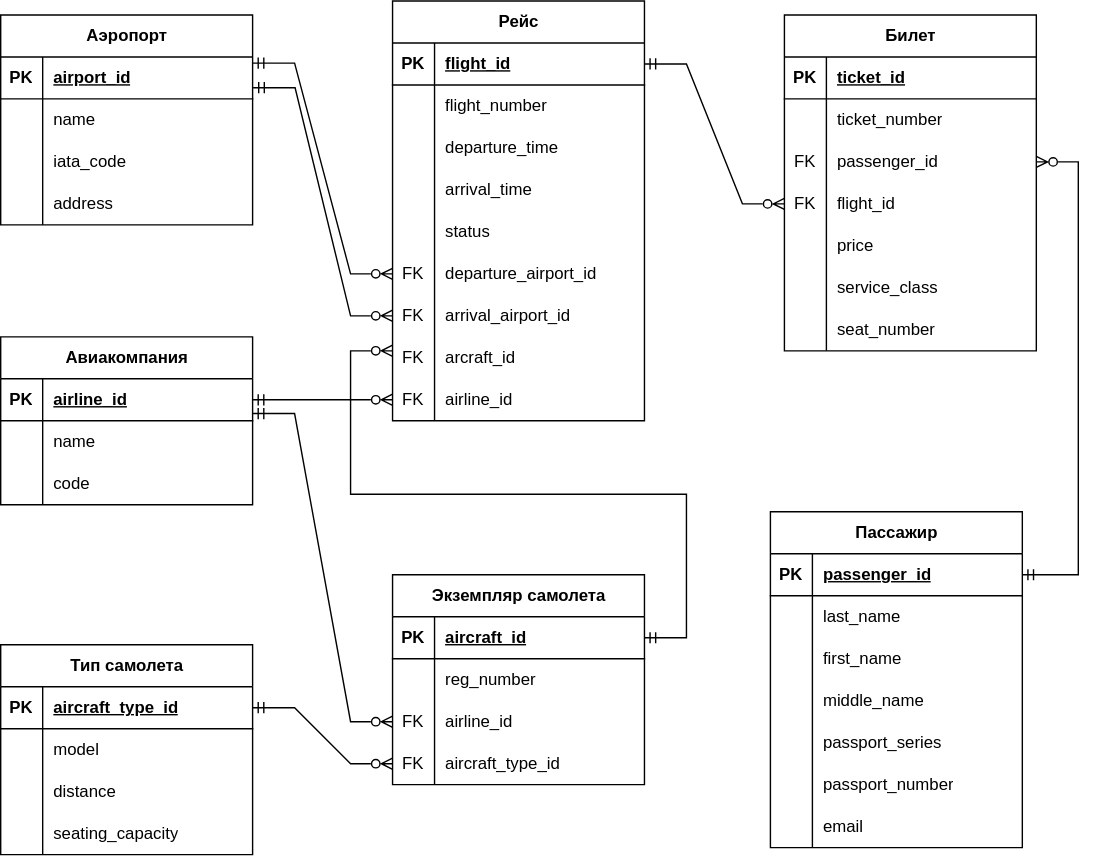
This is Логическая_Мартина.drawio.svg from zhulegoalina/DBMS-labs, a draw.io export, as it was before one commit. Source tidied: cells renumbered, new cells last; positions are measured from the earlier drawing's top-left corner, leaving out a move shared by most shapes.
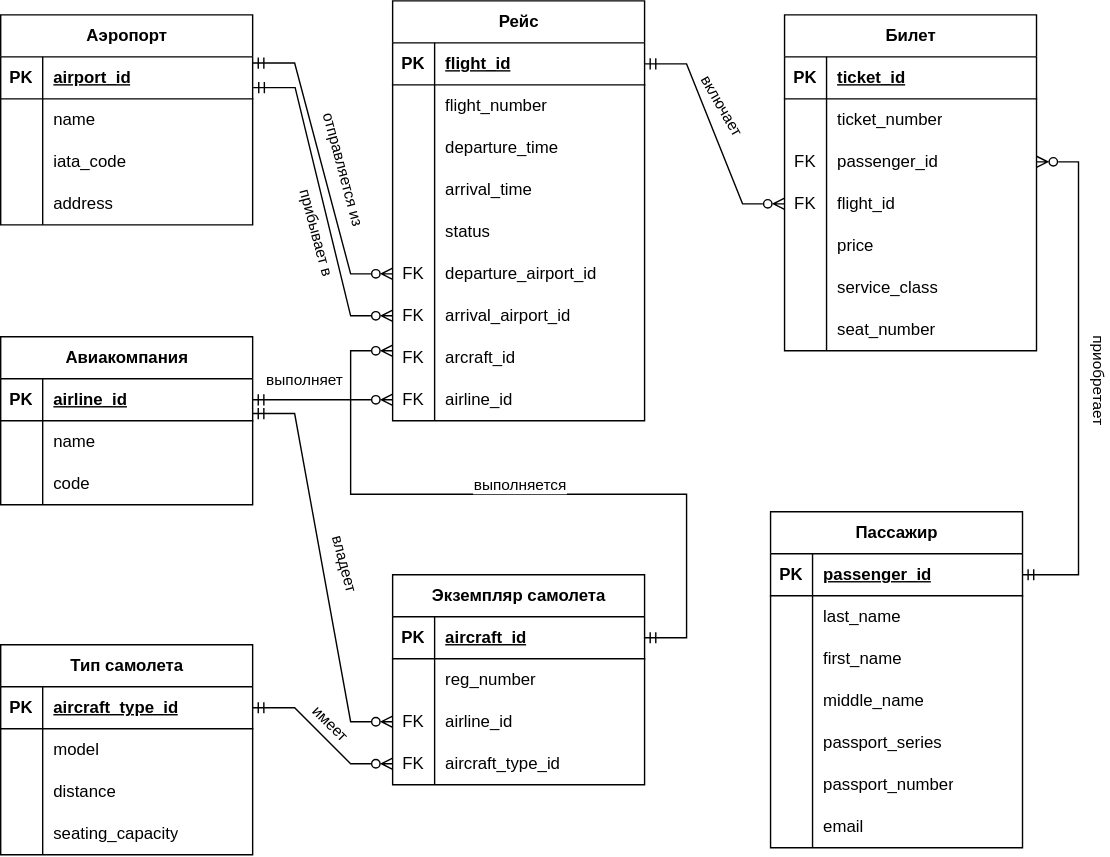
After the commit.

The edit, as a diff of the source:
```diff
@@ -370,30 +370,70 @@
         <mxPoint x="180" y="44.4" as="sourcePoint" />
       </mxGeometry>
     </mxCell>
+    <mxCell id="131" value="отправляется из" style="edgeLabel;html=1;align=center;verticalAlign=middle;rotation=75;" parent="123" vertex="1">
+      <mxGeometry x="-0.07" y="4" relative="1" as="geometry">
+        <mxPoint x="14" y="9" as="offset" />
+      </mxGeometry>
+    </mxCell>
     <mxCell id="124" style="edgeStyle=entityRelationEdgeStyle;fontSize=12;html=1;endArrow=ERzeroToMany;startArrow=ERmandOne;rounded=0;exitX=1.002;exitY=0.733;exitDx=0;exitDy=0;exitPerimeter=0;entryX=0;entryY=0.5;entryDx=0;entryDy=0;endFill=0;" parent="1" edge="1" source="3" target="44">
       <mxGeometry relative="1" as="geometry" />
     </mxCell>
+    <mxCell id="132" value="прибывает в" style="edgeLabel;html=1;align=center;verticalAlign=middle;rotation=75;" parent="124" vertex="1">
+      <mxGeometry x="0.17" y="-2" relative="1" as="geometry">
+        <mxPoint x="-7" y="1" as="offset" />
+      </mxGeometry>
+    </mxCell>
     <mxCell id="125" style="edgeStyle=entityRelationEdgeStyle;fontSize=12;html=1;endArrow=ERzeroToMany;startArrow=ERmandOne;rounded=0;entryX=0;entryY=0.5;entryDx=0;entryDy=0;endFill=0;exitX=1;exitY=0.5;exitDx=0;exitDy=0;" parent="1" edge="1" source="16" target="50">
       <mxGeometry relative="1" as="geometry" />
     </mxCell>
+    <mxCell id="133" value="выполняет" style="edgeLabel;html=1;align=center;verticalAlign=middle;" parent="125" vertex="1">
+      <mxGeometry x="-0.15" y="3" relative="1" as="geometry">
+        <mxPoint x="-7" y="-12" as="offset" />
+      </mxGeometry>
+    </mxCell>
     <mxCell id="126" style="edgeStyle=entityRelationEdgeStyle;fontSize=12;html=1;endArrow=ERzeroToMany;startArrow=ERmandOne;rounded=0;entryX=0;entryY=0.5;entryDx=0;entryDy=0;endFill=0;" parent="1" edge="1" target="73">
       <mxGeometry relative="1" as="geometry">
         <mxPoint x="180" y="294.8" as="sourcePoint" />
       </mxGeometry>
     </mxCell>
+    <mxCell id="134" value="владеет" style="edgeLabel;html=1;align=center;verticalAlign=middle;rotation=75;" parent="126" vertex="1">
+      <mxGeometry x="-0.03" y="-2" relative="1" as="geometry">
+        <mxPoint x="19" as="offset" />
+      </mxGeometry>
+    </mxCell>
     <mxCell id="127" style="edgeStyle=entityRelationEdgeStyle;fontSize=12;html=1;endArrow=ERzeroToMany;startArrow=ERmandOne;rounded=0;entryX=0;entryY=0.5;entryDx=0;entryDy=0;endFill=0;exitX=1;exitY=0.5;exitDx=0;exitDy=0;" parent="1" edge="1" source="54" target="76">
       <mxGeometry relative="1" as="geometry" />
     </mxCell>
+    <mxCell id="135" value="имеет" style="edgeLabel;html=1;align=center;verticalAlign=middle;rotation=45;" parent="127" vertex="1">
+      <mxGeometry x="-0.41" y="4" relative="1" as="geometry">
+        <mxPoint x="20" y="10" as="offset" />
+      </mxGeometry>
+    </mxCell>
     <mxCell id="128" style="edgeStyle=entityRelationEdgeStyle;fontSize=12;html=1;endArrow=ERzeroToMany;startArrow=ERmandOne;rounded=0;exitX=1;exitY=0.5;exitDx=0;exitDy=0;endFill=0;" parent="1" edge="1" source="67">
       <mxGeometry relative="1" as="geometry">
         <mxPoint x="280" y="250" as="targetPoint" />
       </mxGeometry>
     </mxCell>
+    <mxCell id="136" value="выполняется" style="edgeLabel;html=1;align=center;verticalAlign=middle;" parent="128" vertex="1">
+      <mxGeometry x="0.01" y="4" relative="1" as="geometry">
+        <mxPoint x="3" y="-11" as="offset" />
+      </mxGeometry>
+    </mxCell>
     <mxCell id="129" style="edgeStyle=entityRelationEdgeStyle;fontSize=12;html=1;endArrow=ERzeroToMany;startArrow=ERmandOne;rounded=0;exitX=1;exitY=0.5;exitDx=0;exitDy=0;entryX=0;entryY=0.5;entryDx=0;entryDy=0;endFill=0;" parent="1" edge="1" source="26" target="89">
       <mxGeometry relative="1" as="geometry" />
     </mxCell>
+    <mxCell id="137" value="включает" style="edgeLabel;html=1;align=center;verticalAlign=middle;rotation=60;" parent="129" vertex="1">
+      <mxGeometry x="-0.18" y="-1" relative="1" as="geometry">
+        <mxPoint x="12" y="-7" as="offset" />
+      </mxGeometry>
+    </mxCell>
     <mxCell id="130" style="edgeStyle=entityRelationEdgeStyle;fontSize=12;html=1;endArrow=ERzeroToMany;startArrow=ERmandOne;rounded=0;exitX=1;exitY=0.5;exitDx=0;exitDy=0;endFill=0;" parent="1" edge="1" source="102" target="86">
       <mxGeometry relative="1" as="geometry" />
     </mxCell>
+    <mxCell id="138" value="приобретает" style="edgeLabel;html=1;align=center;verticalAlign=middle;rotation=90;" parent="130" vertex="1">
+      <mxGeometry x="0.01" relative="1" as="geometry">
+        <mxPoint x="16" y="4" as="offset" />
+      </mxGeometry>
+    </mxCell>
   </root>
 </mxGraphModel>
```
